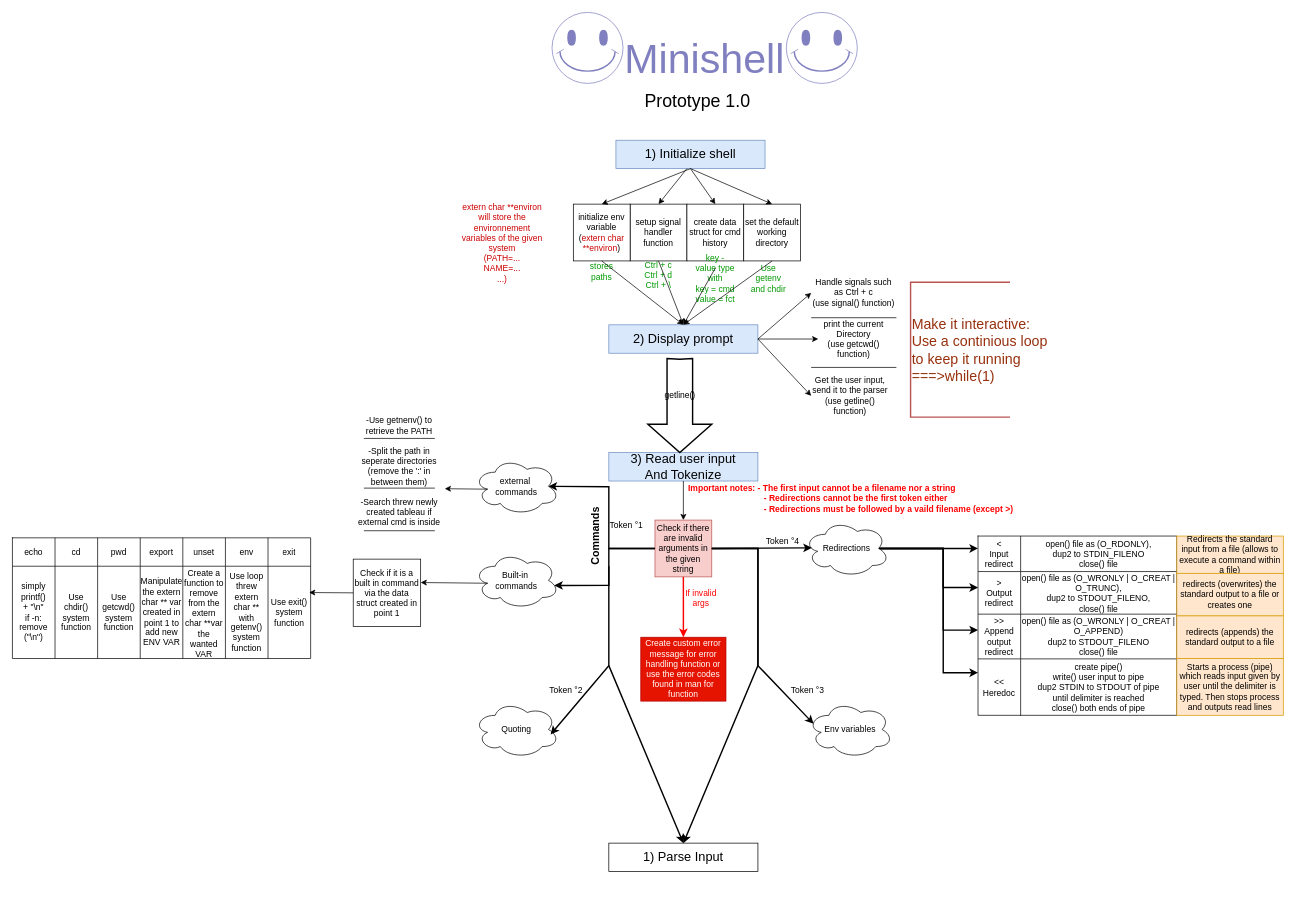
Guilhemdk/Minishell_graph keeps this draw.io diagram as Diagramme sans nom.drawio. Above is the earlier version. Source tidied: cells renumbered, new cells numbered last; positions are measured from the earlier drawing's top-left corner, leaving out a move shared by most shapes. Both pictures are drawn from the tidied source at 71%, with x=0, y=0 at pixel (12, 12).
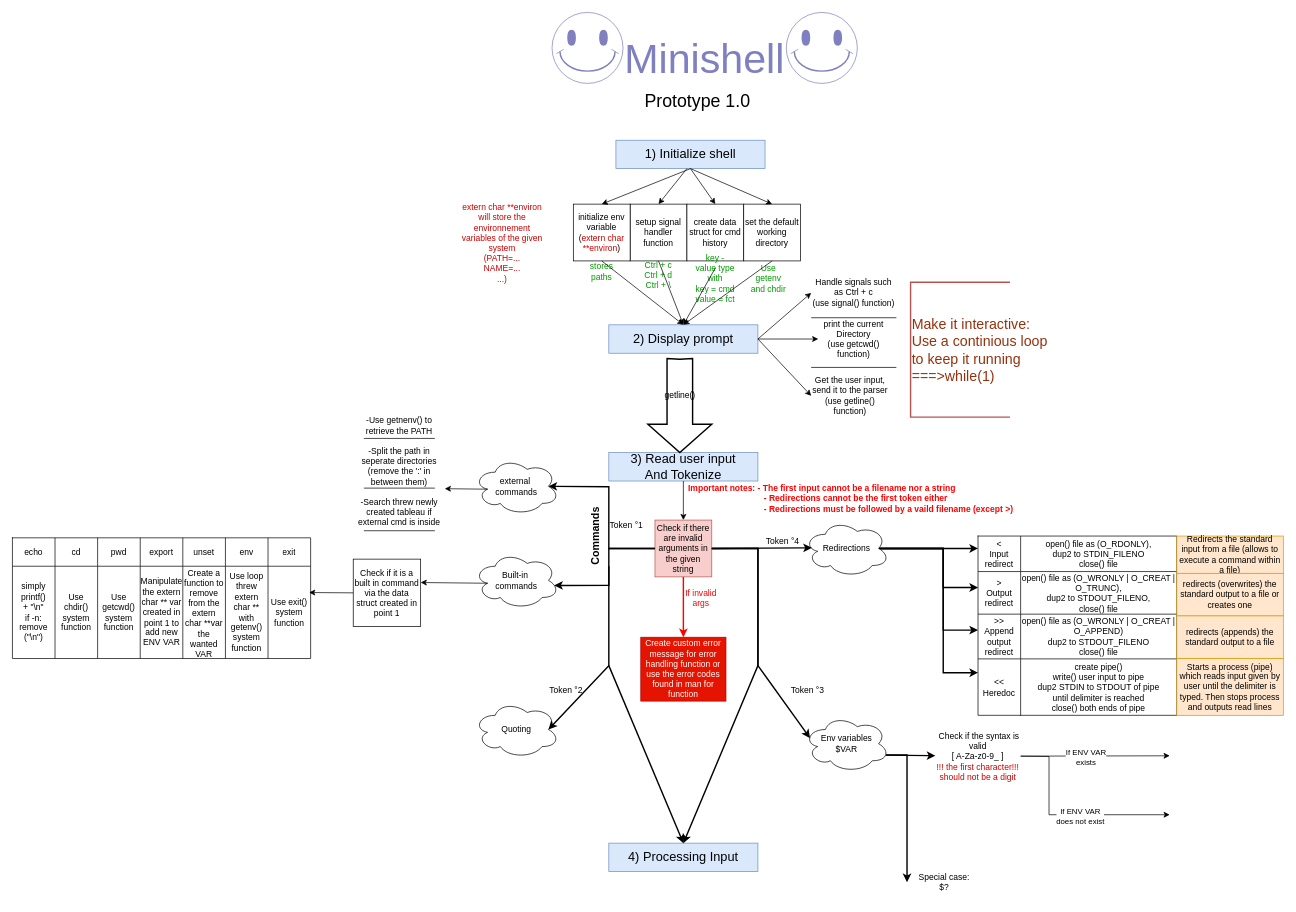
After the change.

Commit message:
ENV VAR

Unchanged cells that the change refers to:
```xml
<mxCell id="77" value="Quoting" style="ellipse;shape=cloud;whiteSpace=wrap;html=1;" parent="1" vertex="1">
  <mxGeometry x="650" y="970" width="120" height="80" as="geometry" />
</mxCell>
```

What changed in the source:
```diff
@@
-    <mxCell id="6" value="&lt;font style=&quot;font-size: 18px;&quot;&gt;1) Parse Input&lt;br&gt;&lt;/font&gt;" style="rounded=0;whiteSpace=wrap;html=1;" parent="1" vertex="1">
+    <mxCell id="6" value="&lt;font style=&quot;font-size: 18px;&quot;&gt;4) Processing Input&lt;br&gt;&lt;/font&gt;" style="rounded=0;whiteSpace=wrap;html=1;fillColor=#dae8fc;strokeColor=#6c8ebf;" parent="1" vertex="1">
       <mxGeometry x="840" y="1170" width="210" height="40" as="geometry" />
     </mxCell>
@@
+    <mxCell id="107" style="edgeStyle=orthogonalEdgeStyle;rounded=0;jettySize=auto;html=1;exitX=0.96;exitY=0.7;exitDx=0;exitDy=0;exitPerimeter=0;entryX=0;entryY=0.5;entryDx=0;entryDy=0;strokeWidth=2;" parent="1" edge="1" source="76" target="110">
+      <mxGeometry relative="1" as="geometry">
+        <Array as="points">
+          <mxPoint x="1260" y="1046" />
+          <mxPoint x="1260" y="1145" />
+        </Array>
+      </mxGeometry>
+    </mxCell>
-    <mxCell id="76" value="Env variables" style="ellipse;shape=cloud;whiteSpace=wrap;html=1;" parent="1" vertex="1">
-      <mxGeometry x="1120" y="970" width="120" height="80" as="geometry" />
+    <mxCell id="76" value="&lt;div&gt;Env variables&lt;/div&gt;&lt;div&gt;$VAR&lt;br&gt;&lt;/div&gt;" style="ellipse;shape=cloud;whiteSpace=wrap;html=1;" parent="1" vertex="1">
+      <mxGeometry x="1115" y="990" width="120" height="80" as="geometry" />
     </mxCell>
@@
-    <mxCell id="100" style="endArrow=classic;html=1;rounded=0;entryX=0.9;entryY=0.588;entryDx=0;entryDy=0;entryPerimeter=0;strokeWidth=2;" parent="1" edge="1" target="77">
+    <mxCell id="100" style="endArrow=classic;html=1;rounded=0;entryX=0.875;entryY=0.5;entryDx=0;entryDy=0;entryPerimeter=0;strokeWidth=2;" parent="1" edge="1" target="77">
       <mxGeometry relative="1" as="geometry">
         <mxPoint x="840" y="780" as="sourcePoint" />
         <Array as="points">
           <mxPoint x="840" y="920" />
         </Array>
       </mxGeometry>
     </mxCell>
@@
+    <mxCell id="108" style="endArrow=classic;html=1;rounded=0;exitX=0.96;exitY=0.7;exitDx=0;exitDy=0;exitPerimeter=0;strokeWidth=2;" parent="1" edge="1" source="76" target="109">
+      <mxGeometry relative="1" as="geometry" />
+    </mxCell>
+    <mxCell id="109" value="&lt;div&gt;&amp;nbsp;Check if the syntax is valid&lt;/div&gt;&lt;div&gt;[ A-Za-z0-9_ ]&lt;/div&gt;&lt;div&gt;&lt;font color=&quot;#cc0000&quot;&gt;!!! the first character!!! should not be a digit&lt;/font&gt;&lt;br&gt;&lt;/div&gt;" style="text;html=1;align=center;verticalAlign=middle;whiteSpace=wrap;rounded=0;" parent="1" vertex="1">
+      <mxGeometry x="1300" y="1015" width="120" height="65" as="geometry" />
+    </mxCell>
+    <mxCell id="110" value="&lt;div&gt;Special case:&lt;/div&gt;&lt;div&gt;$?&lt;br&gt;&lt;/div&gt;" style="text;html=1;align=center;verticalAlign=middle;whiteSpace=wrap;rounded=0;" parent="1" vertex="1">
+      <mxGeometry x="1260" y="1200" width="105" height="50" as="geometry" />
+    </mxCell>
+    <mxCell id="111" style="endArrow=classic;html=1;rounded=0;exitX=1;exitY=0.5;exitDx=0;exitDy=0;" parent="1" edge="1" source="109">
+      <mxGeometry relative="1" as="geometry">
+        <mxPoint x="1630" y="1047" as="targetPoint" />
+      </mxGeometry>
+    </mxCell>
+    <mxCell id="112" value="&lt;div&gt;If ENV VAR&lt;/div&gt;&lt;div&gt;exists&lt;br&gt;&lt;/div&gt;" style="edgeLabel;html=1;align=center;verticalAlign=middle;" parent="111" vertex="1">
+      <mxGeometry x="-0.13" y="-2" relative="1" as="geometry" />
+    </mxCell>
+    <mxCell id="113" style="endArrow=classic;html=1;rounded=0;exitX=1;exitY=0.5;exitDx=0;exitDy=0;" parent="1" edge="1" source="109">
+      <mxGeometry relative="1" as="geometry">
+        <mxPoint x="1630" y="1130" as="targetPoint" />
+        <Array as="points">
+          <mxPoint x="1460" y="1048" />
+          <mxPoint x="1460" y="1130" />
+        </Array>
+      </mxGeometry>
+    </mxCell>
+    <mxCell id="114" value="&lt;div&gt;If ENV VAR&lt;/div&gt;&lt;div&gt;does not exist&lt;br&gt;&lt;/div&gt;" style="edgeLabel;html=1;align=center;verticalAlign=middle;" parent="113" vertex="1">
+      <mxGeometry x="0.14" y="-1" relative="1" as="geometry" />
+    </mxCell>
```
